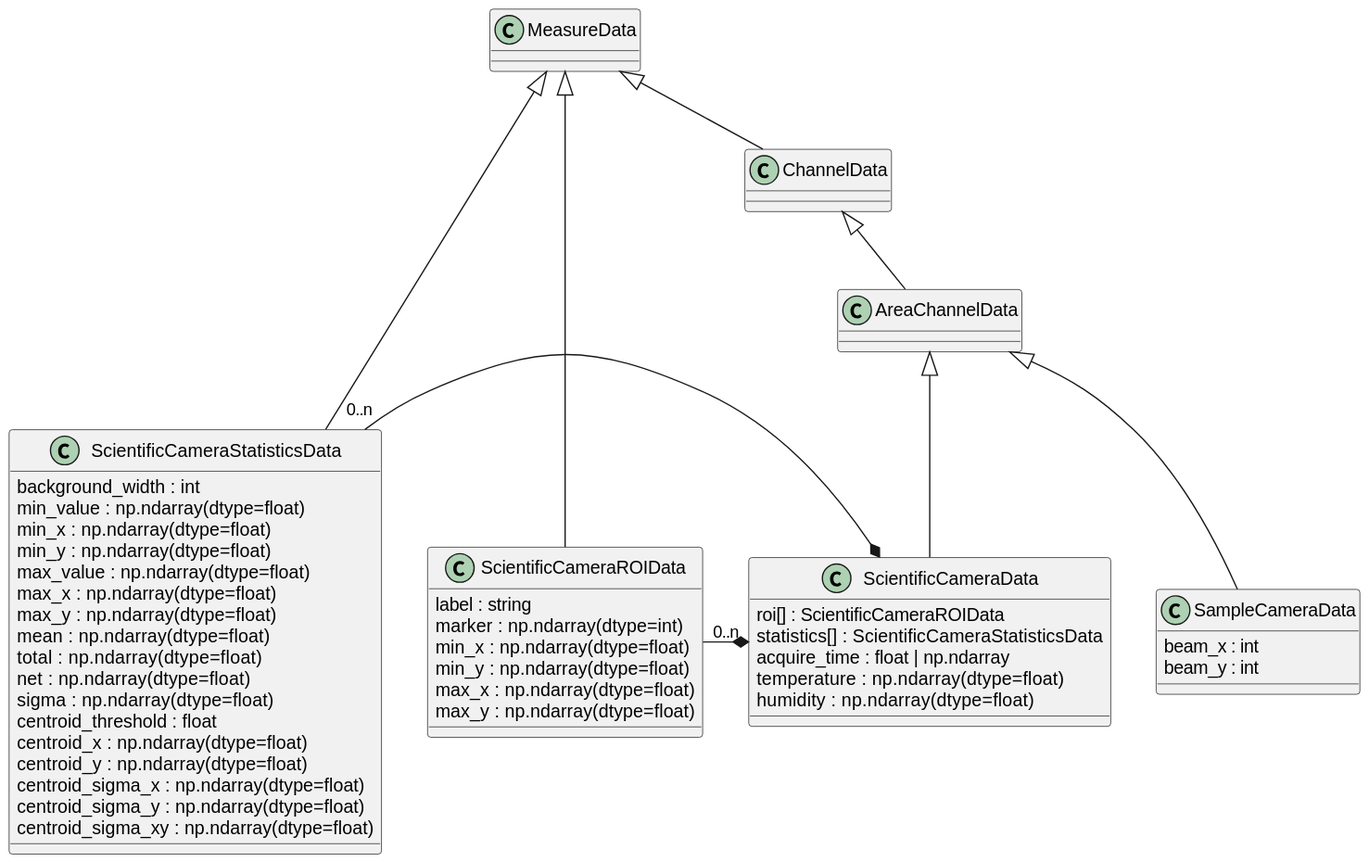
This is docs/uml/areachannel.svg from tillbiskup/evedata, a PlantUML export, as it was before one commit.
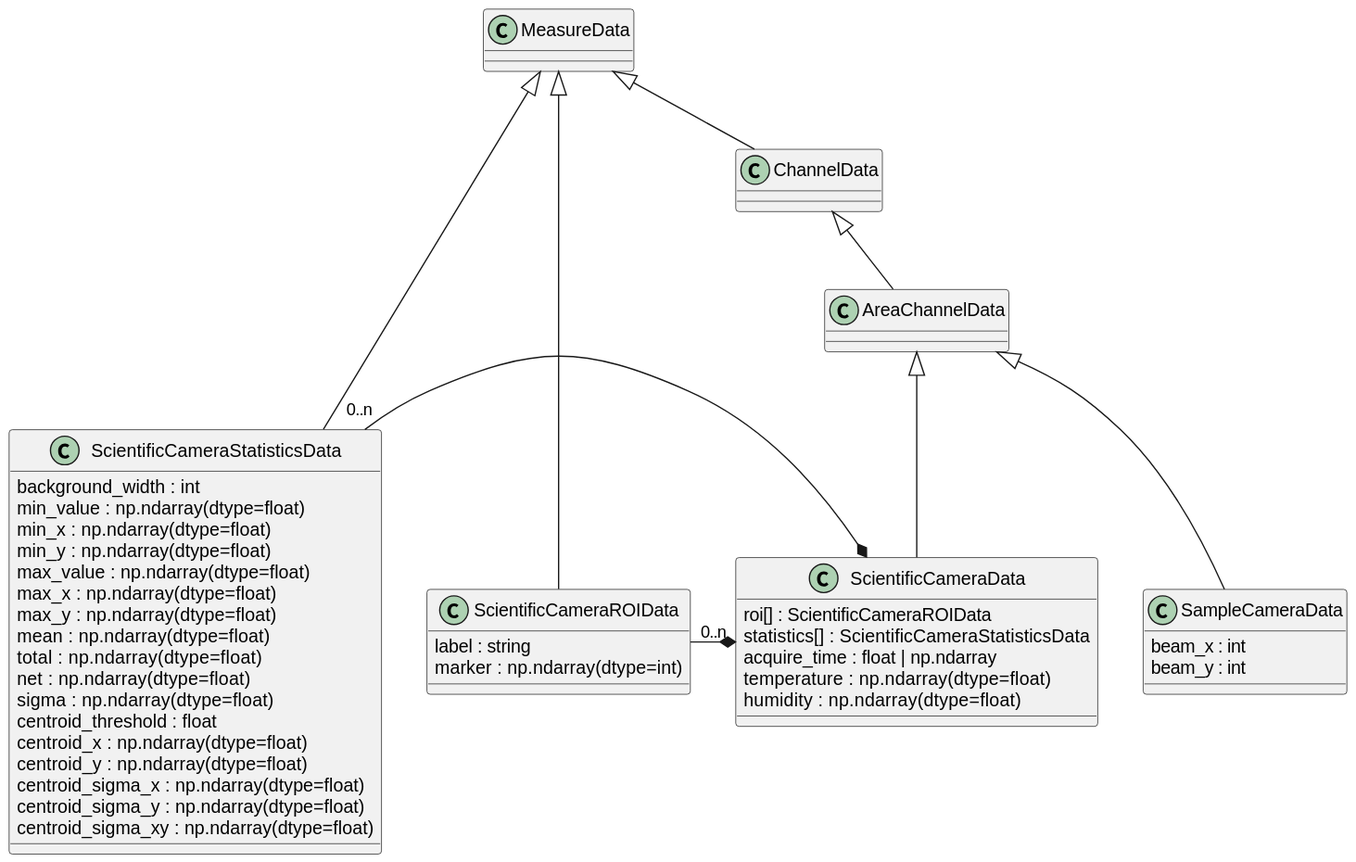
Above is the later version.

What changed in the source:
```diff
@@ -31,10 +31,6 @@
 class ScientificCameraROIData extends MeasureData {
     {field} label : string
     {field} marker : np.ndarray(dtype=int)
-    {field} min_x : np.ndarray(dtype=float)
-    {field} min_y : np.ndarray(dtype=float)
-    {field} max_x : np.ndarray(dtype=float)
-    {field} max_y : np.ndarray(dtype=float)
 }
 
 class ScientificCameraStatisticsData extends MeasureData {
```
